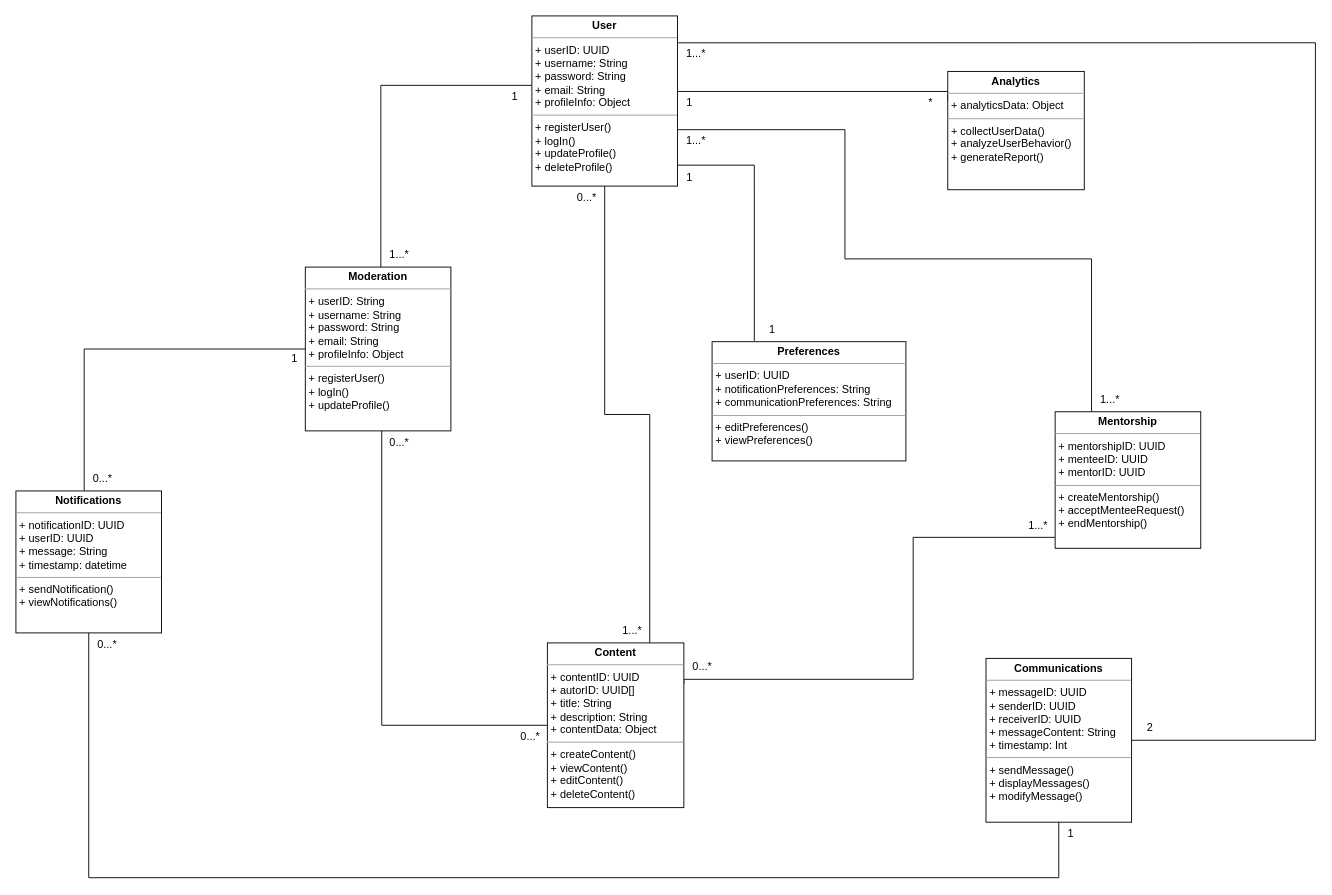
Above: page "Class diagram" (5 of 5) of oc-fuzescrum-diagrams.drawio in TomPlr/oc-java-projet-3-fuzescrum (draw.io), before the change. Source tidied: cells renumbered, new cells numbered last; positions are measured from the earlier drawing's top-left corner, leaving out a move shared by most shapes. Both pictures are drawn from the tidied source at 91%, with x=0, y=0 at pixel (15, 15).
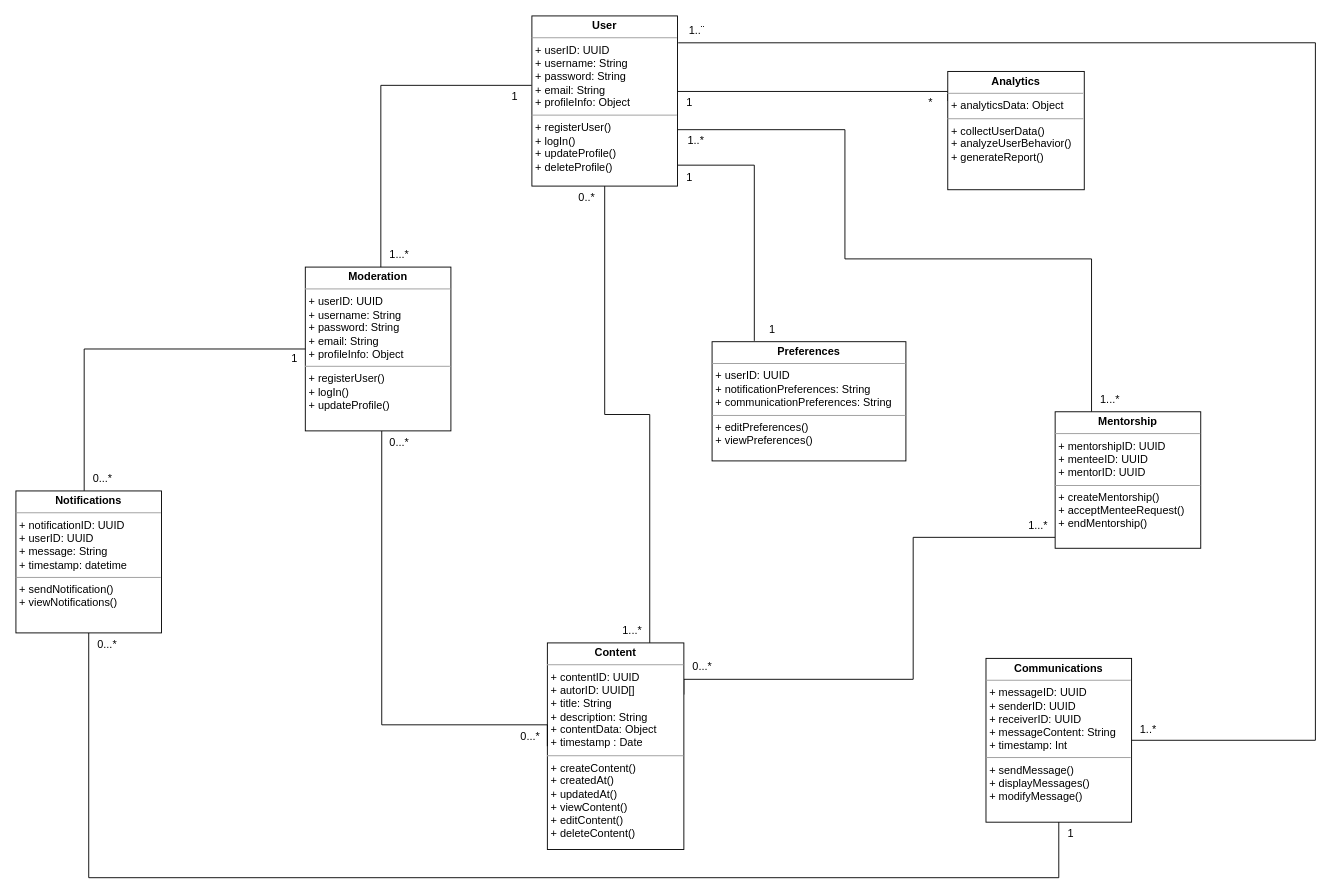
Above is the later version.

The edit, as a diff of the source:
```diff
@@
-    <mxCell id="9" value="&lt;p style=&quot;margin:0px;margin-top:4px;text-align:center;&quot;&gt;&lt;b&gt;Content&lt;/b&gt;&lt;/p&gt;&lt;hr size=&quot;1&quot;&gt;&lt;p style=&quot;margin:0px;margin-left:4px;&quot;&gt;+ contentID: UUID&lt;/p&gt;&lt;p style=&quot;margin:0px;margin-left:4px;&quot;&gt;+ autorID: UUID[]&lt;/p&gt;&lt;p style=&quot;margin:0px;margin-left:4px;&quot;&gt;&lt;span style=&quot;background-color: initial;&quot;&gt;+ title: String&lt;/span&gt;&lt;br&gt;&lt;/p&gt;&lt;p style=&quot;margin:0px;margin-left:4px;&quot;&gt;&lt;span style=&quot;background-color: initial;&quot;&gt;+ description: String&amp;nbsp;&lt;/span&gt;&lt;br&gt;&lt;/p&gt;&lt;p style=&quot;margin:0px;margin-left:4px;&quot;&gt;+ contentData: Object&lt;/p&gt;&lt;hr size=&quot;1&quot;&gt;&lt;p style=&quot;margin:0px;margin-left:4px;&quot;&gt;+ createContent()&lt;/p&gt;&lt;p style=&quot;margin:0px;margin-left:4px;&quot;&gt;+ viewContent()&lt;/p&gt;&lt;p style=&quot;margin:0px;margin-left:4px;&quot;&gt;+ editContent()&lt;/p&gt;&lt;p style=&quot;margin:0px;margin-left:4px;&quot;&gt;+ deleteContent()&lt;/p&gt;" style="verticalAlign=top;align=left;overflow=fill;fontSize=12;fontFamily=Helvetica;html=1;whiteSpace=wrap;" parent="1" vertex="1">
-      <mxGeometry x="584" y="689" width="150" height="181" as="geometry" />
+    <mxCell id="9" value="&lt;p style=&quot;margin:0px;margin-top:4px;text-align:center;&quot;&gt;&lt;b&gt;Content&lt;/b&gt;&lt;/p&gt;&lt;hr size=&quot;1&quot;&gt;&lt;p style=&quot;margin:0px;margin-left:4px;&quot;&gt;+ contentID: UUID&lt;/p&gt;&lt;p style=&quot;margin:0px;margin-left:4px;&quot;&gt;+ autorID: UUID[]&lt;/p&gt;&lt;p style=&quot;margin:0px;margin-left:4px;&quot;&gt;&lt;span style=&quot;background-color: initial;&quot;&gt;+ title: String&lt;/span&gt;&lt;br&gt;&lt;/p&gt;&lt;p style=&quot;margin:0px;margin-left:4px;&quot;&gt;&lt;span style=&quot;background-color: initial;&quot;&gt;+ description: String&amp;nbsp;&lt;/span&gt;&lt;br&gt;&lt;/p&gt;&lt;p style=&quot;margin:0px;margin-left:4px;&quot;&gt;+ contentData: Object&lt;/p&gt;&lt;p style=&quot;margin:0px;margin-left:4px;&quot;&gt;+ timestamp : Date&lt;/p&gt;&lt;hr size=&quot;1&quot;&gt;&lt;p style=&quot;margin:0px;margin-left:4px;&quot;&gt;+ createContent()&lt;/p&gt;&lt;p style=&quot;margin:0px;margin-left:4px;&quot;&gt;+ createdAt()&lt;/p&gt;&lt;p style=&quot;margin:0px;margin-left:4px;&quot;&gt;+ updatedAt()&lt;/p&gt;&lt;p style=&quot;margin:0px;margin-left:4px;&quot;&gt;+ viewContent()&lt;/p&gt;&lt;p style=&quot;margin:0px;margin-left:4px;&quot;&gt;+ editContent()&lt;/p&gt;&lt;p style=&quot;margin:0px;margin-left:4px;&quot;&gt;+ deleteContent()&lt;/p&gt;" style="verticalAlign=top;align=left;overflow=fill;fontSize=12;fontFamily=Helvetica;html=1;whiteSpace=wrap;" parent="1" vertex="1">
+      <mxGeometry x="584" y="689" width="150" height="227" as="geometry" />
     </mxCell>
@@
-    <mxCell id="14" value="&lt;p style=&quot;margin:0px;margin-top:4px;text-align:center;&quot;&gt;&lt;b&gt;Moderation&lt;/b&gt;&lt;/p&gt;&lt;hr size=&quot;1&quot;&gt;&lt;p style=&quot;margin:0px;margin-left:4px;&quot;&gt;+ userID: String&lt;/p&gt;&lt;p style=&quot;margin:0px;margin-left:4px;&quot;&gt;&lt;span style=&quot;background-color: initial;&quot;&gt;+ username: String&lt;/span&gt;&lt;br&gt;&lt;/p&gt;&lt;p style=&quot;margin:0px;margin-left:4px;&quot;&gt;&lt;span style=&quot;background-color: initial;&quot;&gt;+ password: String&amp;nbsp;&lt;/span&gt;&lt;br&gt;&lt;/p&gt;&lt;p style=&quot;margin:0px;margin-left:4px;&quot;&gt;+ email: String&lt;span style=&quot;background-color: initial;&quot;&gt;&lt;br&gt;&lt;/span&gt;&lt;/p&gt;&lt;p style=&quot;margin:0px;margin-left:4px;&quot;&gt;+ profileInfo: Object&lt;br&gt;&lt;/p&gt;&lt;hr size=&quot;1&quot;&gt;&lt;p style=&quot;margin:0px;margin-left:4px;&quot;&gt;+ registerUser()&lt;/p&gt;&lt;p style=&quot;margin:0px;margin-left:4px;&quot;&gt;+ logIn()&lt;/p&gt;&lt;p style=&quot;margin:0px;margin-left:4px;&quot;&gt;+ updateProfile()&lt;/p&gt;&lt;p style=&quot;margin:0px;margin-left:4px;&quot;&gt;&lt;br&gt;&lt;/p&gt;" style="verticalAlign=top;align=left;overflow=fill;fontSize=12;fontFamily=Helvetica;html=1;whiteSpace=wrap;" parent="1" vertex="1">
+    <mxCell id="14" value="&lt;p style=&quot;margin:0px;margin-top:4px;text-align:center;&quot;&gt;&lt;b&gt;Moderation&lt;/b&gt;&lt;/p&gt;&lt;hr size=&quot;1&quot;&gt;&lt;p style=&quot;margin:0px;margin-left:4px;&quot;&gt;+ userID: UUID&lt;/p&gt;&lt;p style=&quot;margin:0px;margin-left:4px;&quot;&gt;&lt;span style=&quot;background-color: initial;&quot;&gt;+ username: String&lt;/span&gt;&lt;br&gt;&lt;/p&gt;&lt;p style=&quot;margin:0px;margin-left:4px;&quot;&gt;&lt;span style=&quot;background-color: initial;&quot;&gt;+ password: String&amp;nbsp;&lt;/span&gt;&lt;br&gt;&lt;/p&gt;&lt;p style=&quot;margin:0px;margin-left:4px;&quot;&gt;+ email: String&lt;span style=&quot;background-color: initial;&quot;&gt;&lt;br&gt;&lt;/span&gt;&lt;/p&gt;&lt;p style=&quot;margin:0px;margin-left:4px;&quot;&gt;+ profileInfo: Object&lt;br&gt;&lt;/p&gt;&lt;hr size=&quot;1&quot;&gt;&lt;p style=&quot;margin:0px;margin-left:4px;&quot;&gt;+ registerUser()&lt;/p&gt;&lt;p style=&quot;margin:0px;margin-left:4px;&quot;&gt;+ logIn()&lt;/p&gt;&lt;p style=&quot;margin:0px;margin-left:4px;&quot;&gt;+ updateProfile()&lt;/p&gt;&lt;p style=&quot;margin:0px;margin-left:4px;&quot;&gt;&lt;br&gt;&lt;/p&gt;" style="verticalAlign=top;align=left;overflow=fill;fontSize=12;fontFamily=Helvetica;html=1;whiteSpace=wrap;" parent="1" vertex="1">
       <mxGeometry x="318" y="276" width="160" height="180" as="geometry" />
     </mxCell>
@@
-    <mxCell id="22" value="1...*" style="text;html=1;align=center;verticalAlign=middle;strokeColor=none;fillColor=none;" parent="1" vertex="1">
-      <mxGeometry x="727" y="29" width="39" height="26" as="geometry" />
+    <mxCell id="22" value="1..*" style="text;html=1;align=center;verticalAlign=middle;strokeColor=none;fillColor=none;" parent="1" vertex="1">
+      <mxGeometry x="1226" y="771" width="36" height="26" as="geometry" />
     </mxCell>
-    <mxCell id="23" value="2" style="text;html=1;align=center;verticalAlign=middle;strokeColor=none;fillColor=none;" parent="1" vertex="1">
-      <mxGeometry x="1233" y="769" width="25" height="26" as="geometry" />
+    <mxCell id="23" value="1..¨" style="text;html=1;align=center;verticalAlign=middle;strokeColor=none;fillColor=none;" parent="1" vertex="1">
+      <mxGeometry x="730" y="3" width="35" height="26" as="geometry" />
     </mxCell>
@@
-    <mxCell id="27" value="1...*" style="text;html=1;align=center;verticalAlign=middle;strokeColor=none;fillColor=none;" parent="1" vertex="1">
-      <mxGeometry x="727" y="124" width="39" height="26" as="geometry" />
+    <mxCell id="27" value="1..*" style="text;html=1;align=center;verticalAlign=middle;strokeColor=none;fillColor=none;" parent="1" vertex="1">
+      <mxGeometry x="729" y="124" width="36" height="26" as="geometry" />
     </mxCell>
@@
-    <mxCell id="30" value="0...*" style="text;html=1;align=center;verticalAlign=middle;strokeColor=none;fillColor=none;" parent="1" vertex="1">
-      <mxGeometry x="607" y="187" width="39" height="26" as="geometry" />
+    <mxCell id="30" value="0..*" style="text;html=1;align=center;verticalAlign=middle;strokeColor=none;fillColor=none;" parent="1" vertex="1">
+      <mxGeometry x="609" y="187" width="36" height="26" as="geometry" />
     </mxCell>
```
